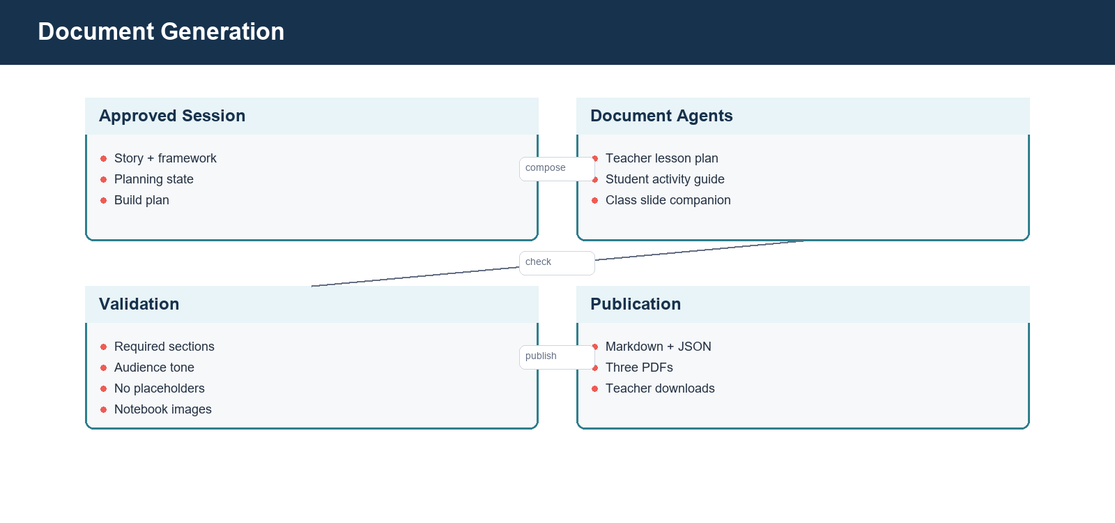
yujia-l/BrickSmart keeps this Mermaid diagram as docs/images/handoff/diagram-document-generation.png. Above is the earlier version. Its source is kept beside it as docs/images/handoff/diagram-document-generation.mmd.
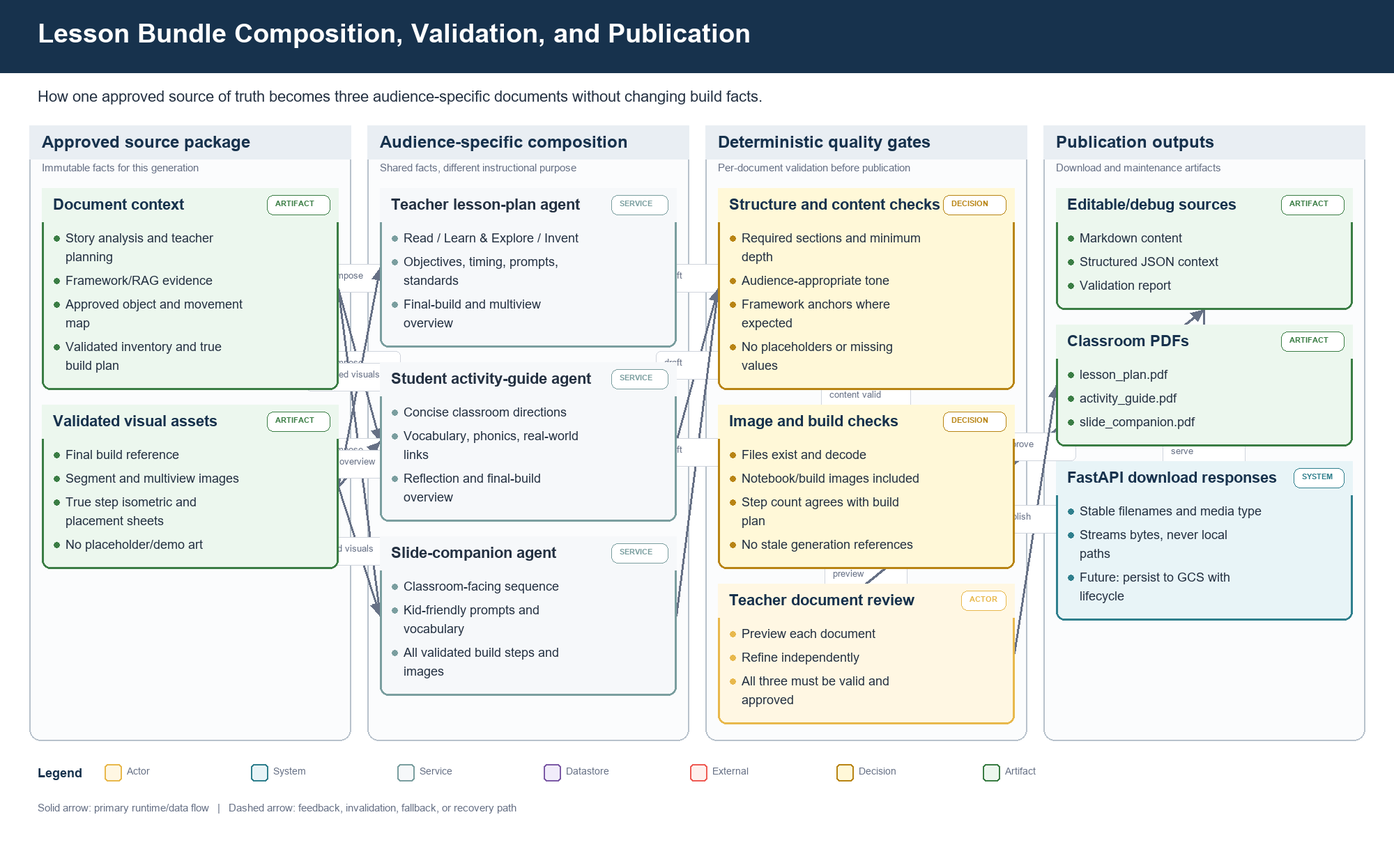
Above is the later version.

What changed in the source:
```diff
@@ -1,10 +1,46 @@
 flowchart LR
-  N0["Approved Session<br/>Story + framework<br/>Planning state<br/>Build plan"]
-  N1["Document Agents<br/>Teacher lesson plan<br/>Student activity guide<br/>Class slide companion"]
-  N2["Validation<br/>Required sections<br/>Audience tone<br/>No placeholders<br/>Notebook images"]
-  N3["Publication<br/>Markdown + JSON<br/>Three PDFs<br/>Teacher downloads"]
-  N0 -->|compose| N1
-  N1 -->|check| N2
-  N2 -->|publish| N3
-  classDef primary fill:#E8F4F7,stroke:#2F7F8D,color:#17324D,stroke-width:2px;
-  class N0,N1,N2,N3,N4,N5 primary;
+  subgraph S0["Approved source package - Immutable facts for this generation"]
+    direction TB
+    doccontext["Document context<br/>Story analysis and teacher planning<br/>Framework/RAG evidence<br/>Approved object and movement map<br/>Validated inventory and true build plan"]:::artifact
+    images["Validated visual assets<br/>Final build reference<br/>Segment and multiview images<br/>True step isometric and placement sheets<br/>No placeholder/demo art"]:::artifact
+  end
+  subgraph S1["Audience-specific composition - Shared facts, different instructional purpose"]
+    direction TB
+    lesson["Teacher lesson-plan agent<br/>Read / Learn & Explore / Invent<br/>Objectives, timing, prompts, standards<br/>Final-build and multiview overview"]:::service
+    activity["Student activity-guide agent<br/>Concise classroom directions<br/>Vocabulary, phonics, real-world links<br/>Reflection and final-build overview"]:::service
+    slides["Slide-companion agent<br/>Classroom-facing sequence<br/>Kid-friendly prompts and vocabulary<br/>All validated build steps and images"]:::service
+  end
+  subgraph S2["Deterministic quality gates - Per-document validation before publication"]
+    direction TB
+    schema["Structure and content checks<br/>Required sections and minimum depth<br/>Audience-appropriate tone<br/>Framework anchors where expected<br/>No placeholders or missing values"]:::decision
+    visual["Image and build checks<br/>Files exist and decode<br/>Notebook/build images included<br/>Step count agrees with build plan<br/>No stale generation references"]:::decision
+    approval["Teacher document review<br/>Preview each document<br/>Refine independently<br/>All three must be valid and approved"]:::actor
+  end
+  subgraph S3["Publication outputs - Download and maintenance artifacts"]
+    direction TB
+    sourcesout["Editable/debug sources<br/>Markdown content<br/>Structured JSON context<br/>Validation report"]:::artifact
+    pdfs["Classroom PDFs<br/>lesson_plan.pdf<br/>activity_guide.pdf<br/>slide_companion.pdf"]:::artifact
+    download["FastAPI download responses<br/>Stable filenames and media type<br/>Streams bytes, never local paths<br/>Future: persist to GCS with lifecycle"]:::system
+  end
+  doccontext -->|compose| lesson
+  doccontext -->|compose| activity
+  doccontext -->|compose| slides
+  images -->|selected visuals| lesson
+  images -->|final overview| activity
+  images -->|all build visuals| slides
+  lesson -->|draft| schema
+  activity -->|draft| schema
+  slides -->|draft| schema
+  schema -->|content valid| visual
+  visual -->|preview| approval
+  approval -->|approve| sourcesout
+  approval -->|publish| pdfs
+  sourcesout -->|serve| download
+  pdfs -->|serve| download
+  classDef actor fill:#FFF7E3,stroke:#E8B84C,color:#17324D,stroke-width:2px;
+  classDef system fill:#E8F4F7,stroke:#2F7F8D,color:#17324D,stroke-width:2px;
+  classDef service fill:#F6F8FA,stroke:#7A9E9F,color:#243142,stroke-width:2px;
+  classDef datastore fill:#F1ECFA,stroke:#7C5AA6,color:#17324D,stroke-width:2px;
+  classDef external fill:#FFF0ED,stroke:#EF5B54,color:#17324D,stroke-width:2px;
+  classDef decision fill:#FFF8D8,stroke:#B88413,color:#17324D,stroke-width:2px;
+  classDef artifact fill:#ECF7EE,stroke:#3A7D44,color:#17324D,stroke-width:2px;
```
